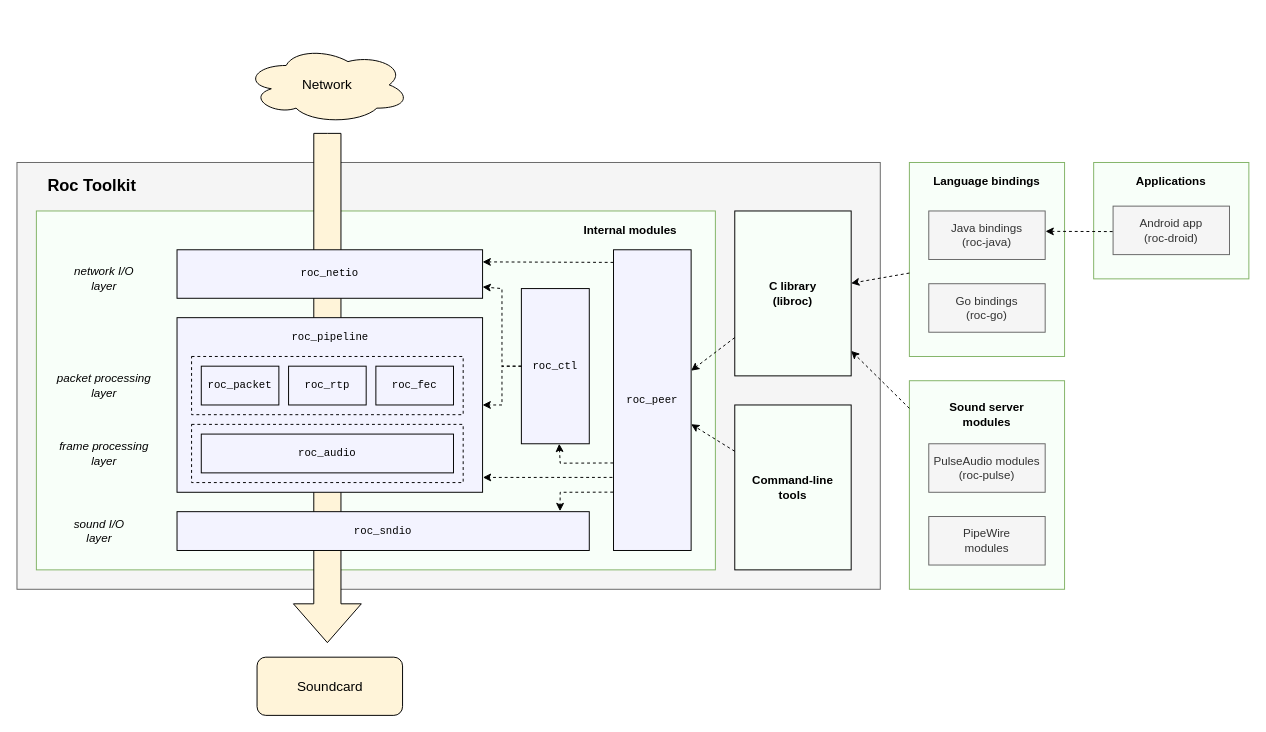
The draw.io diagram docs/sphinx/_images/components.drawio in roc-streaming/roc-toolkit, before the edit. Source tidied: cells renumbered, new cells numbered last; positions are measured from the earlier drawing's top-left corner, leaving out a move shared by most shapes. Both pictures are drawn from the tidied source at 97%, with x=0, y=0 at pixel (16, 46).
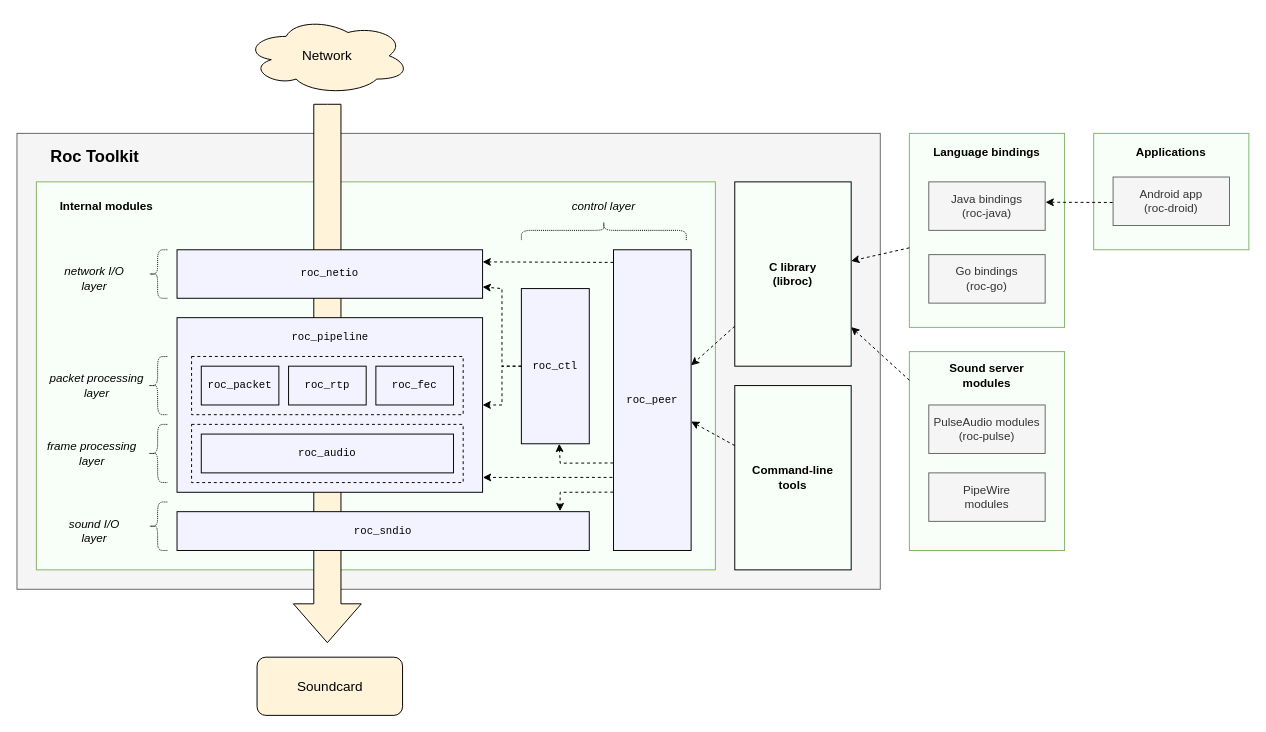
Above is the later version.

The edit, as a diff of the source:
```diff
@@
     <mxCell id="2" style="rounded=0;whiteSpace=wrap;html=1;fillColor=#f8fff9;strokeColor=#82b366;" parent="1" vertex="1">
-      <mxGeometry x="920" y="345" width="160" height="215" as="geometry" />
+      <mxGeometry x="920" y="315" width="160" height="205" as="geometry" />
     </mxCell>
     <mxCell id="3" style="rounded=0;whiteSpace=wrap;html=1;fillColor=#f8fff9;strokeColor=#82b366;" parent="1" vertex="1">
-      <mxGeometry x="920" y="120" width="160" height="200" as="geometry" />
+      <mxGeometry x="920" y="90" width="160" height="200" as="geometry" />
     </mxCell>
     <mxCell id="4" style="rounded=0;whiteSpace=wrap;html=1;fillColor=#f5f5f5;strokeColor=#666666;fontColor=#333333;" parent="1" vertex="1">
-      <mxGeometry y="120" width="890" height="440" as="geometry" />
+      <mxGeometry y="90" width="890" height="470" as="geometry" />
     </mxCell>
     <mxCell id="5" style="rounded=0;whiteSpace=wrap;html=1;fillColor=#f8fff9;strokeColor=#82b366;" parent="1" vertex="1">
-      <mxGeometry x="20" y="170" width="700" height="370" as="geometry" />
+      <mxGeometry x="20" y="140" width="700" height="400" as="geometry" />
     </mxCell>
     <mxCell id="6" style="html=1;shadow=0;dashed=0;align=center;verticalAlign=middle;shape=mxgraph.arrows2.arrow;dy=0.6;dx=40;direction=south;notch=0;fontFamily=Helvetica;fontSize=14;fillColor=#fff4d9;" parent="1" vertex="1">
-      <mxGeometry x="285" y="90" width="70" height="525" as="geometry" />
+      <mxGeometry x="285" y="60" width="70" height="555" as="geometry" />
     </mxCell>
@@
     <mxCell id="14" value="Internal modules" style="text;html=1;strokeColor=none;fillColor=none;align=center;verticalAlign=middle;whiteSpace=wrap;rounded=0;dashed=1;fontSize=12;fontStyle=1;" parent="1" vertex="1">
-      <mxGeometry x="570" y="170" width="125" height="40" as="geometry" />
+      <mxGeometry x="30" y="145" width="125" height="40" as="geometry" />
     </mxCell>
@@
     <mxCell id="16" value="C library&lt;br&gt;(libroc)" style="rounded=0;whiteSpace=wrap;html=1;fontStyle=1;fillColor=#f8fff9;" parent="1" vertex="1">
-      <mxGeometry x="740" y="170" width="120" height="170" as="geometry" />
+      <mxGeometry x="740" y="140" width="120" height="190" as="geometry" />
     </mxCell>
     <mxCell id="17" value="Command-line&lt;br&gt;tools" style="rounded=0;whiteSpace=wrap;html=1;fontStyle=1;fillColor=#f8fff9;" parent="1" vertex="1">
-      <mxGeometry x="740" y="370" width="120" height="170" as="geometry" />
+      <mxGeometry x="740" y="350" width="120" height="190" as="geometry" />
     </mxCell>
     <mxCell id="18" value="Go bindings&lt;br&gt;(roc-go)" style="rounded=0;whiteSpace=wrap;html=1;fillColor=#f5f5f5;fontColor=#333333;strokeColor=#666666;" parent="1" vertex="1">
-      <mxGeometry x="940" y="245" width="120" height="50" as="geometry" />
+      <mxGeometry x="940" y="215" width="120" height="50" as="geometry" />
     </mxCell>
     <mxCell id="19" value="PulseAudio modules&lt;br&gt;(roc-pulse)" style="rounded=0;whiteSpace=wrap;html=1;fillColor=#f5f5f5;fontColor=#333333;strokeColor=#666666;" parent="1" vertex="1">
-      <mxGeometry x="940" y="410" width="120" height="50" as="geometry" />
+      <mxGeometry x="940" y="370" width="120" height="50" as="geometry" />
     </mxCell>
     <mxCell id="20" value="PipeWire&lt;br&gt;modules" style="rounded=0;whiteSpace=wrap;html=1;fillColor=#f5f5f5;fontColor=#333333;strokeColor=#666666;" parent="1" vertex="1">
-      <mxGeometry x="940" y="485" width="120" height="50" as="geometry" />
+      <mxGeometry x="940" y="440" width="120" height="50" as="geometry" />
     </mxCell>
     <mxCell id="21" value="Java bindings&lt;br&gt;(roc-java)" style="rounded=0;whiteSpace=wrap;html=1;fillColor=#f5f5f5;fontColor=#333333;strokeColor=#666666;" parent="1" vertex="1">
-      <mxGeometry x="940" y="170" width="120" height="50" as="geometry" />
+      <mxGeometry x="940" y="140" width="120" height="50" as="geometry" />
     </mxCell>
     <mxCell id="22" value="Roc Toolkit" style="text;html=1;strokeColor=none;fillColor=none;align=center;verticalAlign=middle;whiteSpace=wrap;rounded=0;fontSize=17;fontStyle=1;" parent="1" vertex="1">
-      <mxGeometry x="20" y="130" width="115" height="30" as="geometry" />
+      <mxGeometry x="22.5" y="100" width="115" height="30" as="geometry" />
     </mxCell>
-    <mxCell id="23" value="network I/O&lt;br style=&quot;font-size: 12px;&quot;&gt;layer" style="text;html=1;strokeColor=none;fillColor=none;align=center;verticalAlign=middle;whiteSpace=wrap;rounded=0;fontFamily=Helvetica;fontSize=12;fontStyle=2;" parent="1" vertex="1">
-      <mxGeometry x="20" y="225" width="140" height="30" as="geometry" />
+    <mxCell id="23" value="network I/O&lt;br style=&quot;font-size: 12px;&quot;&gt;layer" style="text;html=1;align=center;verticalAlign=middle;whiteSpace=wrap;rounded=0;fontFamily=Helvetica;fontSize=12;fontStyle=2;" parent="1" vertex="1">
+      <mxGeometry x="20" y="225" width="120" height="30" as="geometry" />
     </mxCell>
-    <mxCell id="24" value="packet processing&lt;br style=&quot;font-size: 12px;&quot;&gt;layer" style="text;html=1;strokeColor=none;fillColor=none;align=center;verticalAlign=middle;whiteSpace=wrap;rounded=0;fontFamily=Helvetica;fontSize=12;fontStyle=2;" parent="1" vertex="1">
-      <mxGeometry x="25" y="335" width="130" height="30" as="geometry" />
+    <mxCell id="24" value="packet processing&lt;br style=&quot;font-size: 12px;&quot;&gt;layer" style="text;html=1;align=center;verticalAlign=middle;whiteSpace=wrap;rounded=0;fontFamily=Helvetica;fontSize=12;fontStyle=2;" parent="1" vertex="1">
+      <mxGeometry x="25" y="335" width="115" height="30" as="geometry" />
     </mxCell>
-    <mxCell id="25" value="frame processing&lt;br style=&quot;font-size: 12px;&quot;&gt;layer" style="text;html=1;strokeColor=none;fillColor=none;align=center;verticalAlign=middle;whiteSpace=wrap;rounded=0;fontFamily=Helvetica;fontSize=12;fontStyle=2;" parent="1" vertex="1">
-      <mxGeometry x="25" y="405" width="130" height="30" as="geometry" />
+    <mxCell id="25" value="frame processing&lt;br style=&quot;font-size: 12px;&quot;&gt;layer" style="text;html=1;align=center;verticalAlign=middle;whiteSpace=wrap;rounded=0;fontFamily=Helvetica;fontSize=12;fontStyle=2;" parent="1" vertex="1">
+      <mxGeometry x="25" y="405" width="105" height="30" as="geometry" />
     </mxCell>
-    <mxCell id="26" value="sound I/O&lt;br style=&quot;font-size: 12px;&quot;&gt;layer" style="text;html=1;strokeColor=none;fillColor=none;align=center;verticalAlign=middle;whiteSpace=wrap;rounded=0;fontFamily=Helvetica;fontSize=12;fontStyle=2;" parent="1" vertex="1">
-      <mxGeometry x="20" y="485" width="130" height="30" as="geometry" />
+    <mxCell id="26" value="sound I/O&lt;br style=&quot;font-size: 12px;&quot;&gt;layer" style="text;html=1;align=center;verticalAlign=middle;whiteSpace=wrap;rounded=0;fontFamily=Helvetica;fontSize=12;fontStyle=2;" parent="1" vertex="1">
+      <mxGeometry x="30" y="485" width="100" height="30" as="geometry" />
     </mxCell>
@@
     <mxCell id="28" value="Network" style="ellipse;shape=cloud;whiteSpace=wrap;html=1;align=center;fontFamily=Helvetica;fontSize=14;fillColor=#fff4d9;" parent="1" vertex="1">
-      <mxGeometry x="235" width="170" height="80" as="geometry" />
+      <mxGeometry x="235" y="-30" width="170" height="80" as="geometry" />
     </mxCell>
@@
     <mxCell id="36" value="Language bindings" style="text;html=1;strokeColor=none;fillColor=none;align=center;verticalAlign=middle;whiteSpace=wrap;rounded=0;dashed=1;fontSize=12;fontStyle=1;" parent="1" vertex="1">
-      <mxGeometry x="930" y="120" width="140" height="40" as="geometry" />
+      <mxGeometry x="930" y="90" width="140" height="40" as="geometry" />
     </mxCell>
     <mxCell id="37" value="Sound server&lt;br&gt;modules" style="text;html=1;strokeColor=none;fillColor=none;align=center;verticalAlign=middle;whiteSpace=wrap;rounded=0;dashed=1;fontSize=12;fontStyle=1;" parent="1" vertex="1">
-      <mxGeometry x="930" y="360" width="140" height="40" as="geometry" />
+      <mxGeometry x="930" y="320" width="140" height="40" as="geometry" />
     </mxCell>
@@
     <mxCell id="40" style="rounded=0;whiteSpace=wrap;html=1;fillColor=#f8fff9;strokeColor=#82b366;" parent="1" vertex="1">
-      <mxGeometry x="1110" y="120" width="160" height="120" as="geometry" />
+      <mxGeometry x="1110" y="90" width="160" height="120" as="geometry" />
     </mxCell>
     <mxCell id="41" value="Applications" style="text;html=1;strokeColor=none;fillColor=none;align=center;verticalAlign=middle;whiteSpace=wrap;rounded=0;dashed=1;fontSize=12;fontStyle=1;" parent="1" vertex="1">
-      <mxGeometry x="1120" y="120" width="140" height="40" as="geometry" />
+      <mxGeometry x="1120" y="90" width="140" height="40" as="geometry" />
     </mxCell>
     <mxCell id="42" value="Android app&lt;br&gt;(roc-droid)" style="rounded=0;whiteSpace=wrap;html=1;fillColor=#f5f5f5;fontColor=#333333;strokeColor=#666666;" parent="1" vertex="1">
-      <mxGeometry x="1130" y="165" width="120" height="50" as="geometry" />
+      <mxGeometry x="1130" y="135" width="120" height="50" as="geometry" />
     </mxCell>
@@
+    <mxCell id="49" value="control layer" style="text;html=1;align=center;verticalAlign=middle;whiteSpace=wrap;rounded=0;fontFamily=Helvetica;fontSize=12;fontStyle=2;" parent="1" vertex="1">
+      <mxGeometry x="535" y="150" width="140" height="30" as="geometry" />
+    </mxCell>
+    <mxCell id="50" style="shape=curlyBracket;whiteSpace=wrap;html=1;rounded=1;fontColor=#000000;strokeWidth=1;dashed=1;dashPattern=1 1;" parent="1" vertex="1">
+      <mxGeometry x="135" y="210" width="20" height="50" as="geometry" />
+    </mxCell>
+    <mxCell id="51" style="shape=curlyBracket;whiteSpace=wrap;html=1;rounded=1;fontColor=#000000;strokeWidth=1;dashed=1;dashPattern=1 1;" parent="1" vertex="1">
+      <mxGeometry x="135" y="320" width="20" height="60" as="geometry" />
+    </mxCell>
+    <mxCell id="52" style="shape=curlyBracket;whiteSpace=wrap;html=1;rounded=1;fontColor=#000000;strokeWidth=1;dashed=1;dashPattern=1 1;" parent="1" vertex="1">
+      <mxGeometry x="135" y="470" width="20" height="50" as="geometry" />
+    </mxCell>
+    <mxCell id="53" style="shape=curlyBracket;whiteSpace=wrap;html=1;rounded=1;fontColor=#000000;strokeWidth=1;dashed=1;dashPattern=1 1;" parent="1" vertex="1">
+      <mxGeometry x="135" y="390" width="20" height="60" as="geometry" />
+    </mxCell>
+    <mxCell id="54" style="shape=curlyBracket;whiteSpace=wrap;html=1;rounded=1;fontColor=#000000;direction=south;strokeWidth=1;dashed=1;dashPattern=1 1;shadow=0;sketch=0;" parent="1" vertex="1">
+      <mxGeometry x="520" y="180" width="170" height="20" as="geometry" />
+    </mxCell>
```
